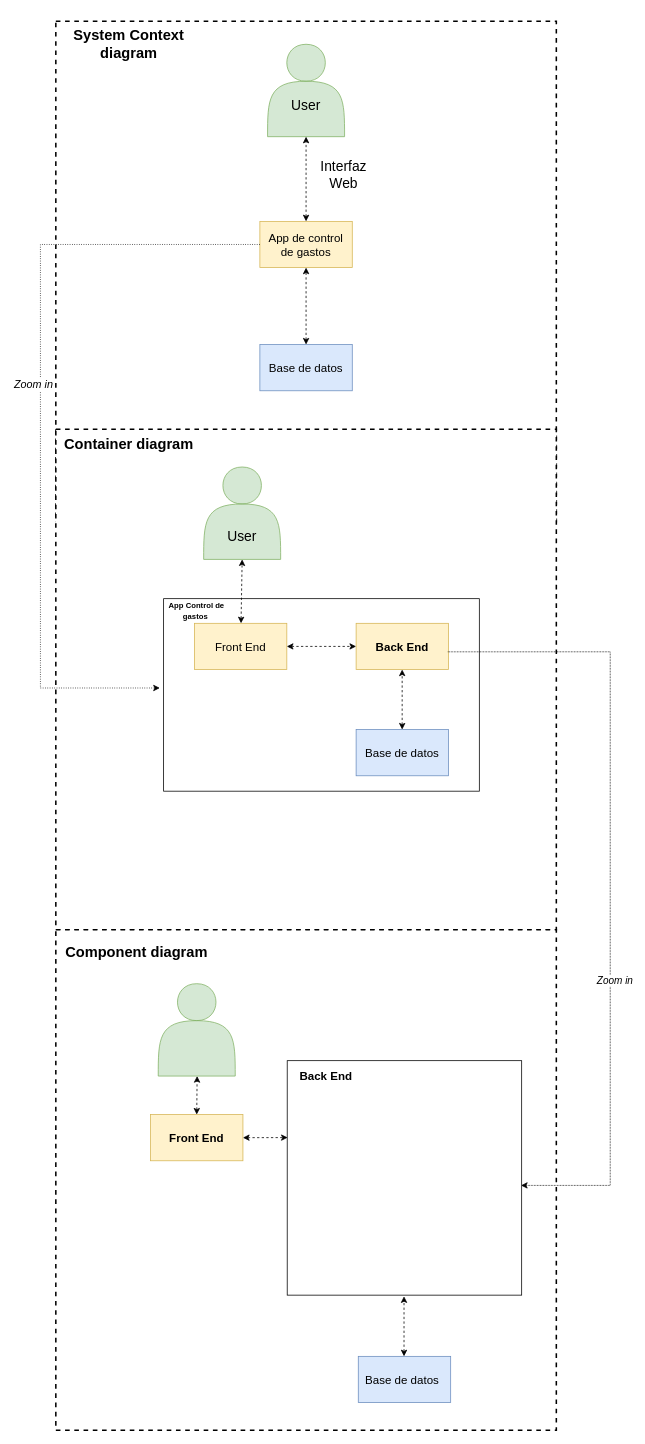
Camilo2299/CI-CD-Project keeps this draw.io diagram as Diagram/C4-diagram.drawio. Above is the earlier version. Source tidied: cells renumbered, new cells numbered last; positions are measured from the earlier drawing's top-left corner, leaving out a move shared by most shapes. Both pictures are drawn from the tidied source at 77%, with x=0, y=0 at pixel (40, 13).
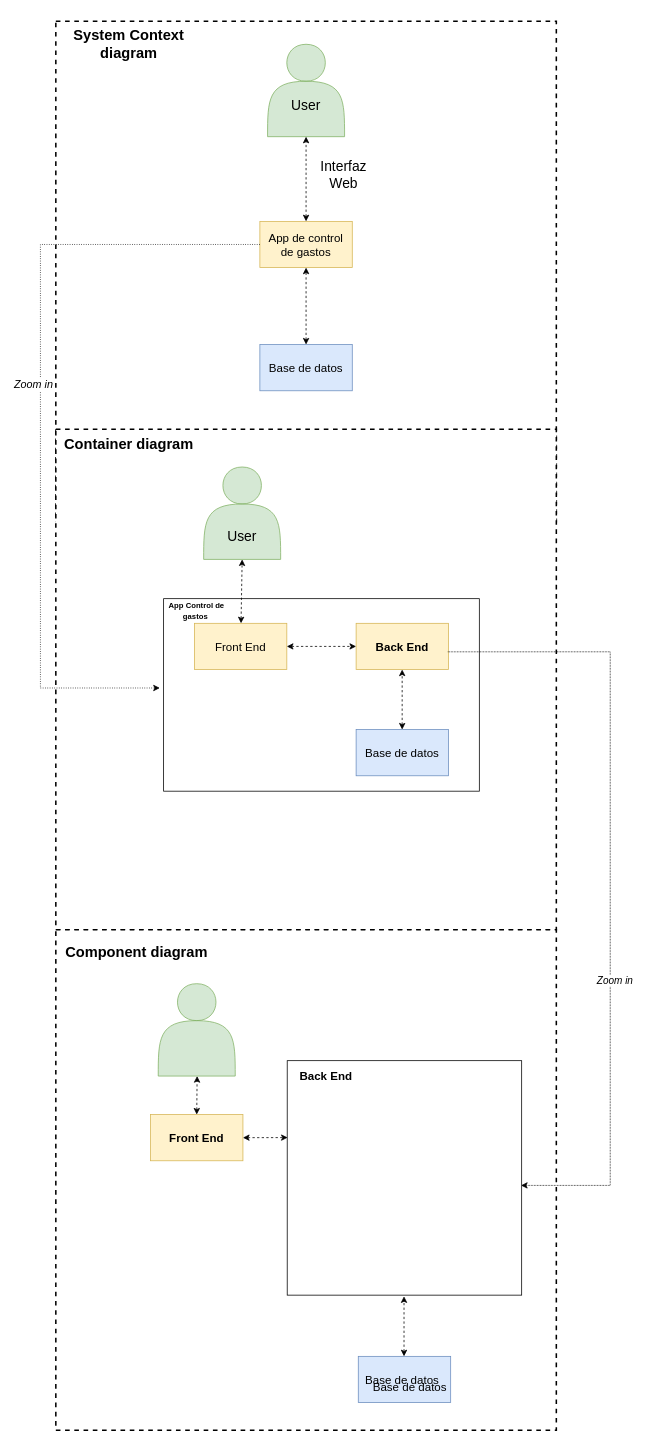
Above is the later version.

What changed in the source:
```diff
@@
+    <mxCell id="44" value="&lt;font style=&quot;font-size: 15px;&quot;&gt;Base de datos&lt;/font&gt;" style="text;strokeColor=none;align=center;fillColor=none;html=1;verticalAlign=middle;whiteSpace=wrap;rounded=0;" parent="1" vertex="1">
+      <mxGeometry x="430" y="1764" width="100" height="40" as="geometry" />
+    </mxCell>
```
